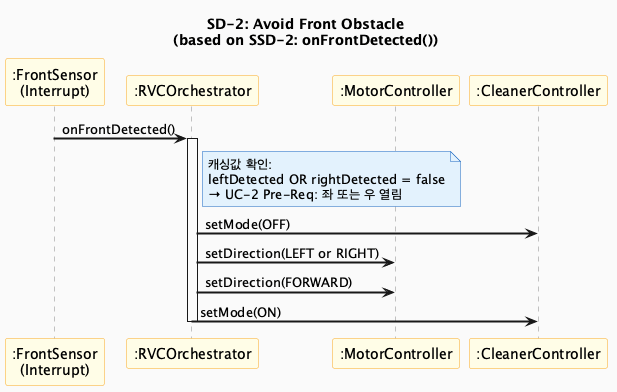
This is docs/vibe-coding/03-ood/images/SD2_AvoidFrontObstacle.png from OOP-konkuk/CICD-Team7, a PlantUML export, as it was before one commit.
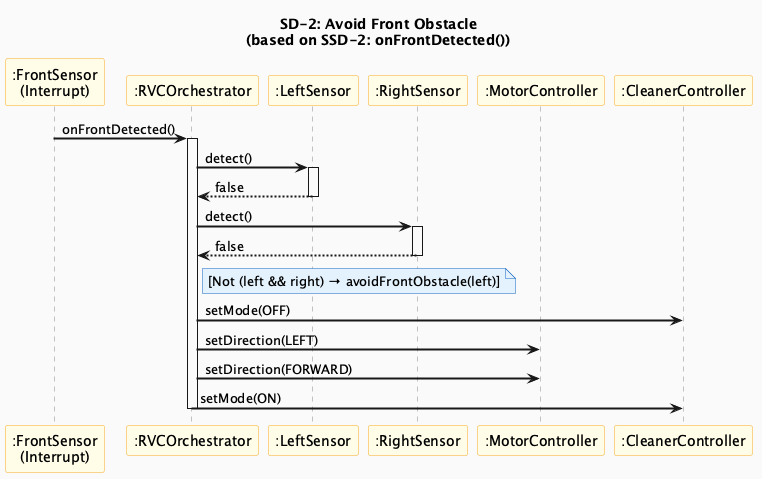
Above is the later version.

Commit message:
fix(traceability): Fix 2 remaining inconsistencies in UC diagram and SD-2

Change to the diagram source:
```diff
@@ -11,18 +11,24 @@
 
 participant ":FrontSensor\n(Interrupt)" as FS
 participant ":RVCOrchestrator" as Orch
+participant ":LeftSensor" as LS
+participant ":RightSensor" as RS
 participant ":MotorController" as Motor
 participant ":CleanerController" as Cleaner
 
 FS -> Orch : onFrontDetected()
 activate Orch
-note right of Orch
-  캐싱값 확인:
-  leftDetected OR rightDetected = false
-  → UC-2 Pre-Req: 좌 또는 우 열림
-end note
+Orch -> LS : detect()
+activate LS
+LS --> Orch : false
+deactivate LS
+Orch -> RS : detect()
+activate RS
+RS --> Orch : false
+deactivate RS
+note right of Orch : [Not (left && right) → avoidFrontObstacle(left)]
 Orch -> Cleaner : setMode(OFF)
-Orch -> Motor : setDirection(LEFT or RIGHT)
+Orch -> Motor : setDirection(LEFT)
 Orch -> Motor : setDirection(FORWARD)
 Orch -> Cleaner : setMode(ON)
 deactivate Orch
```
